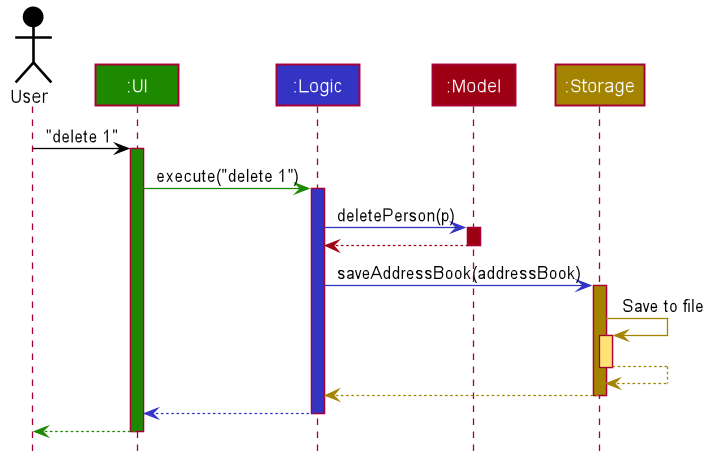
The PlantUML diagram docs/images/ArchitectureSequenceDiagram.png in nus-cs2103-AY2223S1/tp, before a commit.
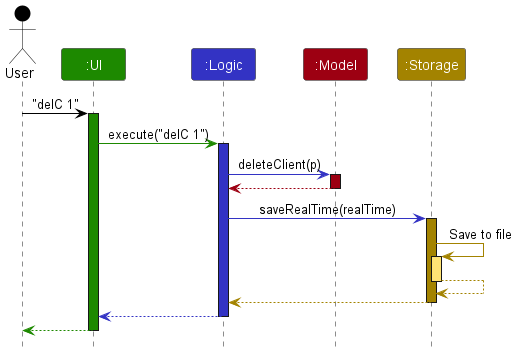
After the commit.

What changed in the source:
```diff
@@ -1,85 +1,38 @@
 @startuml
+!include style.puml
 
+Actor User as user USER_COLOR
+Participant ":UI" as ui UI_COLOR
+Participant ":Logic" as logic LOGIC_COLOR
+Participant ":Model" as model MODEL_COLOR
+Participant ":Storage" as storage STORAGE_COLOR
 
+user -[USER_COLOR]> ui : "delC 1"
+activate ui UI_COLOR
 
+ui -[UI_COLOR]> logic : execute("delC 1")
+activate logic LOGIC_COLOR
 
+logic -[LOGIC_COLOR]> model : deleteClient(p)
+activate model MODEL_COLOR
 
-
-
-
-skinparam BackgroundColor #FFFFFFF
-
-skinparam Shadowing false
-
-skinparam Class {
-    FontColor #FFFFFF
-    BorderThickness 1
-    BorderColor #FFFFFF
-    StereotypeFontColor #FFFFFF
-    FontName Arial
-}
-
-skinparam Actor {
-    BorderColor #000000
-    Color #000000
-    FontName Arial
-}
-
-skinparam Sequence {
-    MessageAlign center
-    BoxFontSize 15
-    BoxPadding 0
-    BoxFontColor #FFFFFF
-    FontName Arial
-}
-
-skinparam Participant {
-    FontColor #FFFFFFF
-    Padding 20
-}
-
-skinparam MinClassWidth 50
-skinparam ParticipantPadding 10
-skinparam Shadowing false
-skinparam DefaultTextAlignment center
-skinparam packageStyle Rectangle
-
-hide footbox
-hide members
-hide circle
-
-Actor User as user #000000
-Participant ":UI" as ui #1D8900
-Participant ":Logic" as logic #3333C4
-Participant ":Model" as model #9D0012
-Participant ":Storage" as storage #A38300
-
-user -[#000000]> ui : "delete 1"
-activate ui #1D8900
-
-ui -[#1D8900]> logic : execute("delete 1")
-activate logic #3333C4
-
-logic -[#3333C4]> model : deletePerson(p)
-activate model #9D0012
-
-model -[#9D0012]-> logic
+model -[MODEL_COLOR]-> logic
 deactivate model
 
-logic -[#3333C4]> storage : saveAddressBook(addressBook)
-activate storage #A38300
+logic -[LOGIC_COLOR]> storage : saveRealTime(realTime)
+activate storage STORAGE_COLOR
 
-storage -[#A38300]> storage : Save to file
-activate storage #FFE374
-storage --[#A38300]> storage
+storage -[STORAGE_COLOR]> storage : Save to file
+activate storage STORAGE_COLOR_T1
+storage --[STORAGE_COLOR]> storage
 deactivate storage
 
-storage --[#A38300]> logic
+storage --[STORAGE_COLOR]> logic
 deactivate storage
 
-logic --[#3333C4]> ui
+logic --[LOGIC_COLOR]> ui
 deactivate logic
 
-ui--[#1D8900]> user
+ui--[UI_COLOR]> user
 deactivate ui
 @enduml
```
